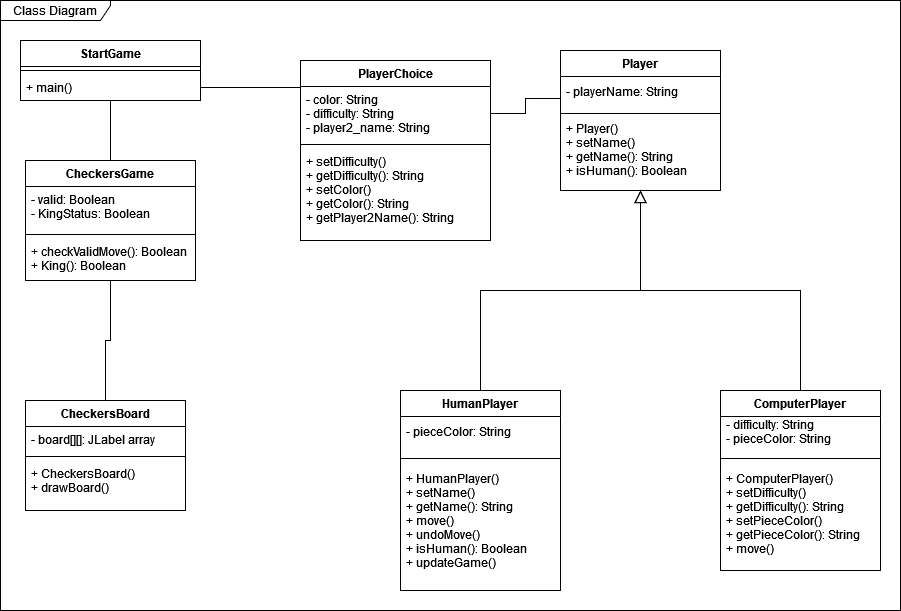
Earlier version of the draw.io export documentation/diagrams/classdiagram.png (dakotacarpenter19/CS_491_Project). Source tidied: cells renumbered, new cells last; positions are measured from the earlier drawing's top-left corner, leaving out a move shared by most shapes. Source of this version:
```xml
<mxGraphModel>
  <root>
    <mxCell id="0" />
    <mxCell id="1" parent="0" />
    <mxCell id="2" value="Class Diagram" style="shape=umlFrame;whiteSpace=wrap;html=1;width=110;height=20;" parent="1" vertex="1">
      <mxGeometry width="900" height="610" as="geometry" />
    </mxCell>
    <mxCell id="3" value="Player" style="swimlane;fontStyle=1;align=center;verticalAlign=top;horizontal=1;startSize=26;rounded=0;shadow=0;strokeWidth=1;" parent="1" vertex="1">
      <mxGeometry x="560" y="50" width="160" height="140" as="geometry" />
    </mxCell>
    <mxCell id="4" value="- playerName: String" style="text;strokeColor=none;fillColor=none;align=left;verticalAlign=middle;spacingLeft=4;spacingRight=4;overflow=hidden;points=[[0,0.5],[1,0.5]];portConstraint=eastwest;" parent="3" vertex="1">
      <mxGeometry y="26" width="160" height="30" as="geometry" />
    </mxCell>
    <mxCell id="5" style="line;html=1;strokeWidth=1;align=left;verticalAlign=middle;spacingTop=-1;spacingLeft=3;spacingRight=3;labelPosition=right;" parent="3" vertex="1">
      <mxGeometry y="56" width="160" height="14" as="geometry" />
    </mxCell>
    <mxCell id="6" value="+ Player()&#10;+ setName()&#10;+ getName(): String&#10;+ isHuman(): Boolean&#10;" style="text;strokeColor=none;fillColor=none;align=left;verticalAlign=middle;spacingLeft=4;spacingRight=4;overflow=hidden;" parent="3" vertex="1">
      <mxGeometry y="70" width="160" height="60" as="geometry" />
    </mxCell>
    <mxCell id="7" value="HumanPlayer" style="swimlane;fontStyle=1;align=center;verticalAlign=top;horizontal=1;startSize=26;rounded=0;shadow=0;strokeWidth=1;" parent="1" vertex="1">
      <mxGeometry x="400" y="390" width="160" height="200" as="geometry" />
    </mxCell>
    <mxCell id="8" value="- pieceColor: String" style="text;strokeColor=none;fillColor=none;align=left;verticalAlign=middle;spacingLeft=4;spacingRight=4;overflow=hidden;" parent="7" vertex="1">
      <mxGeometry y="26" width="160" height="30" as="geometry" />
    </mxCell>
    <mxCell id="9" style="line;html=1;strokeWidth=1;align=left;verticalAlign=middle;spacingTop=-1;spacingLeft=3;spacingRight=3;labelPosition=right;" parent="7" vertex="1">
      <mxGeometry y="56" width="160" height="24" as="geometry" />
    </mxCell>
    <mxCell id="10" value="+ HumanPlayer()&#10;+ setName()&#10;+ getName(): String&#10;+ move()&#10;+ undoMove()&#10;+ isHuman(): Boolean&#10;+ updateGame()&#10;&#10;&#10;&#10;" style="text;strokeColor=none;fillColor=none;align=left;verticalAlign=middle;spacingLeft=4;spacingRight=4;overflow=hidden;" parent="7" vertex="1">
      <mxGeometry y="80" width="160" height="120" as="geometry" />
    </mxCell>
    <mxCell id="11" style="endArrow=block;endSize=10;endFill=0;shadow=0;strokeWidth=1;rounded=0;edgeStyle=elbowEdgeStyle;elbow=vertical;" parent="1" edge="1" source="7" target="3">
      <mxGeometry relative="1" as="geometry" />
    </mxCell>
    <mxCell id="12" value="ComputerPlayer" style="swimlane;fontStyle=1;align=center;verticalAlign=top;horizontal=1;startSize=26;rounded=0;shadow=0;strokeWidth=1;" parent="1" vertex="1">
      <mxGeometry x="720" y="390" width="160" height="180" as="geometry" />
    </mxCell>
    <mxCell id="13" value="- difficulty: String&#10;- pieceColor: String&#10;" style="text;strokeColor=none;fillColor=none;align=left;verticalAlign=middle;spacingLeft=4;spacingRight=4;overflow=hidden;" parent="12" vertex="1">
      <mxGeometry y="26" width="160" height="30" as="geometry" />
    </mxCell>
    <mxCell id="14" style="line;html=1;strokeWidth=1;align=left;verticalAlign=middle;spacingTop=-1;spacingLeft=3;spacingRight=3;labelPosition=right;" parent="12" vertex="1">
      <mxGeometry y="56" width="160" height="24" as="geometry" />
    </mxCell>
    <mxCell id="15" value="+ ComputerPlayer()&#10;+ setDifficulty()&#10;+ getDifficulty(): String&#10;+ setPieceColor()&#10;+ getPieceColor(): String&#10;+ move()&#10;" style="text;strokeColor=none;fillColor=none;align=left;verticalAlign=middle;spacingLeft=4;spacingRight=4;overflow=hidden;" parent="12" vertex="1">
      <mxGeometry y="80" width="160" height="100" as="geometry" />
    </mxCell>
    <mxCell id="16" style="endArrow=block;endSize=10;endFill=0;shadow=0;strokeWidth=1;rounded=0;edgeStyle=elbowEdgeStyle;elbow=vertical;" parent="1" edge="1" source="12" target="3">
      <mxGeometry relative="1" as="geometry" />
    </mxCell>
    <mxCell id="17" value="StartGame" style="swimlane;fontStyle=1;align=center;verticalAlign=top;horizontal=1;startSize=26;" parent="1" vertex="1">
      <mxGeometry x="20" y="40" width="180" height="60" as="geometry" />
    </mxCell>
    <mxCell id="18" style="line;strokeWidth=1;fillColor=none;align=left;verticalAlign=middle;spacingTop=-1;spacingLeft=3;spacingRight=3;labelPosition=right;strokeColor=inherit;" parent="17" vertex="1">
      <mxGeometry y="26" width="180" height="8" as="geometry" />
    </mxCell>
    <mxCell id="19" value="+ main()" style="text;strokeColor=none;fillColor=none;align=left;verticalAlign=top;spacingLeft=4;spacingRight=4;overflow=hidden;points=[[0,0.5],[1,0.5]];portConstraint=eastwest;" parent="17" vertex="1">
      <mxGeometry y="34" width="180" height="26" as="geometry" />
    </mxCell>
    <mxCell id="20" value="CheckersBoard" style="swimlane;fontStyle=1;align=center;verticalAlign=top;horizontal=1;startSize=26;" parent="1" vertex="1">
      <mxGeometry x="25" y="400" width="160" height="110" as="geometry" />
    </mxCell>
    <mxCell id="21" value="- board[][]: JLabel array" style="text;strokeColor=none;fillColor=none;align=left;verticalAlign=top;spacingLeft=4;spacingRight=4;overflow=hidden;" parent="20" vertex="1">
      <mxGeometry y="26" width="160" height="26" as="geometry" />
    </mxCell>
    <mxCell id="22" style="line;strokeWidth=1;fillColor=none;align=left;verticalAlign=middle;spacingTop=-1;spacingLeft=3;spacingRight=3;labelPosition=right;strokeColor=inherit;" parent="20" vertex="1">
      <mxGeometry y="52" width="160" height="8" as="geometry" />
    </mxCell>
    <mxCell id="23" value="+ CheckersBoard()&#10;+ drawBoard()&#10;&#10;" style="text;strokeColor=none;fillColor=none;align=left;verticalAlign=top;spacingLeft=4;spacingRight=4;overflow=hidden;" parent="20" vertex="1">
      <mxGeometry y="60" width="160" height="50" as="geometry" />
    </mxCell>
    <mxCell id="24" value="PlayerChoice" style="swimlane;fontStyle=1;align=center;verticalAlign=top;horizontal=1;startSize=26;" parent="1" vertex="1">
      <mxGeometry x="300" y="60" width="190" height="180" as="geometry" />
    </mxCell>
    <mxCell id="25" value="- color: String&#10;- difficulty: String&#10;- player2_name: String&#10;&#10;&#10;&#10;-&#10;" style="text;strokeColor=none;fillColor=none;align=left;verticalAlign=top;spacingLeft=4;spacingRight=4;overflow=hidden;points=[[0,0.5],[1,0.5]];portConstraint=eastwest;" parent="24" vertex="1">
      <mxGeometry y="26" width="190" height="54" as="geometry" />
    </mxCell>
    <mxCell id="26" style="line;strokeWidth=1;fillColor=none;align=left;verticalAlign=middle;spacingTop=-1;spacingLeft=3;spacingRight=3;labelPosition=right;strokeColor=inherit;" parent="24" vertex="1">
      <mxGeometry y="80" width="190" height="8" as="geometry" />
    </mxCell>
    <mxCell id="27" value="+ setDifficulty()&#10;+ getDifficulty(): String&#10;+ setColor()&#10;+ getColor(): String&#10;+ getPlayer2Name(): String&#10;&#10;" style="text;strokeColor=none;fillColor=none;align=left;verticalAlign=top;spacingLeft=4;spacingRight=4;overflow=hidden;" parent="24" vertex="1">
      <mxGeometry y="88" width="190" height="92" as="geometry" />
    </mxCell>
    <mxCell id="28" style="endArrow=none;html=1;edgeStyle=orthogonalEdgeStyle;rounded=0;entryX=0;entryY=0.733;entryDx=0;entryDy=0;entryPerimeter=0;exitX=1;exitY=0.5;exitDx=0;exitDy=0;" parent="1" edge="1" source="25" target="4">
      <mxGeometry relative="1" as="geometry" />
    </mxCell>
    <mxCell id="29" style="endArrow=none;html=1;edgeStyle=orthogonalEdgeStyle;rounded=0;exitX=1;exitY=0.5;exitDx=0;exitDy=0;" parent="1" edge="1" source="19">
      <mxGeometry relative="1" as="geometry">
        <mxPoint x="300" y="106" as="targetPoint" />
      </mxGeometry>
    </mxCell>
    <mxCell id="30" value="CheckersGame" style="swimlane;fontStyle=1;align=center;verticalAlign=top;horizontal=1;startSize=26;" parent="1" vertex="1">
      <mxGeometry x="25" y="160" width="170" height="120" as="geometry" />
    </mxCell>
    <mxCell id="31" value="- valid: Boolean&#10;- KingStatus: Boolean&#10;" style="text;strokeColor=none;fillColor=none;align=left;verticalAlign=top;spacingLeft=4;spacingRight=4;overflow=hidden;" parent="30" vertex="1">
      <mxGeometry y="26" width="170" height="44" as="geometry" />
    </mxCell>
    <mxCell id="32" style="line;strokeWidth=1;fillColor=none;align=left;verticalAlign=middle;spacingTop=-1;spacingLeft=3;spacingRight=3;labelPosition=right;strokeColor=inherit;" parent="30" vertex="1">
      <mxGeometry y="70" width="170" height="8" as="geometry" />
    </mxCell>
    <mxCell id="33" value="+ checkValidMove(): Boolean&#10;+ King(): Boolean&#10;" style="text;strokeColor=none;fillColor=none;align=left;verticalAlign=top;spacingLeft=4;spacingRight=4;overflow=hidden;" parent="30" vertex="1">
      <mxGeometry y="78" width="170" height="42" as="geometry" />
    </mxCell>
    <mxCell id="34" style="endArrow=none;html=1;edgeStyle=orthogonalEdgeStyle;rounded=0;entryX=0.5;entryY=0;entryDx=0;entryDy=0;exitX=0.5;exitY=1;exitDx=0;exitDy=0;" parent="1" edge="1" source="17" target="30">
      <mxGeometry relative="1" as="geometry" />
    </mxCell>
    <mxCell id="35" style="endArrow=none;html=1;edgeStyle=orthogonalEdgeStyle;rounded=0;entryX=0.5;entryY=0;entryDx=0;entryDy=0;exitX=0.5;exitY=1;exitDx=0;exitDy=0;" parent="1" edge="1" source="30" target="20">
      <mxGeometry relative="1" as="geometry" />
    </mxCell>
  </root>
</mxGraphModel>
```
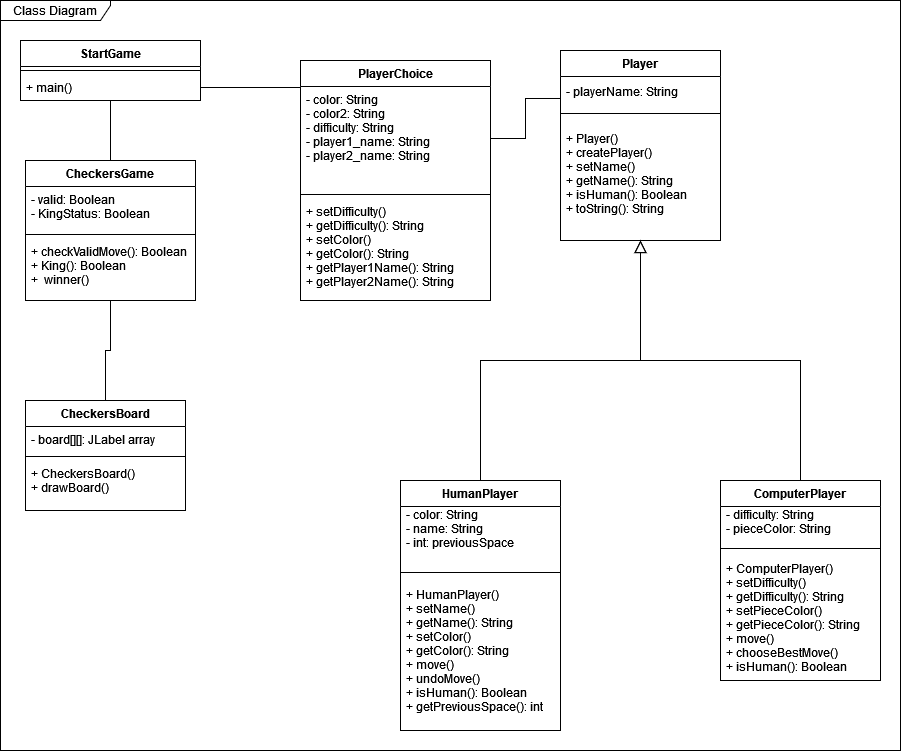
After the change.

The edit, as a diff of the source:
```diff
@@ -3,10 +3,10 @@
     <mxCell id="0" />
     <mxCell id="1" parent="0" />
     <mxCell id="2" value="Class Diagram" style="shape=umlFrame;whiteSpace=wrap;html=1;width=110;height=20;" parent="1" vertex="1">
-      <mxGeometry width="900" height="610" as="geometry" />
+      <mxGeometry width="900" height="750" as="geometry" />
     </mxCell>
     <mxCell id="3" value="Player" style="swimlane;fontStyle=1;align=center;verticalAlign=top;horizontal=1;startSize=26;rounded=0;shadow=0;strokeWidth=1;" parent="1" vertex="1">
-      <mxGeometry x="560" y="50" width="160" height="140" as="geometry" />
+      <mxGeometry x="560" y="50" width="160" height="190" as="geometry" />
     </mxCell>
     <mxCell id="4" value="- playerName: String" style="text;strokeColor=none;fillColor=none;align=left;verticalAlign=middle;spacingLeft=4;spacingRight=4;overflow=hidden;points=[[0,0.5],[1,0.5]];portConstraint=eastwest;" parent="3" vertex="1">
       <mxGeometry y="26" width="160" height="30" as="geometry" />
@@ -14,26 +14,26 @@
     <mxCell id="5" style="line;html=1;strokeWidth=1;align=left;verticalAlign=middle;spacingTop=-1;spacingLeft=3;spacingRight=3;labelPosition=right;" parent="3" vertex="1">
       <mxGeometry y="56" width="160" height="14" as="geometry" />
     </mxCell>
-    <mxCell id="6" value="+ Player()&#10;+ setName()&#10;+ getName(): String&#10;+ isHuman(): Boolean&#10;" style="text;strokeColor=none;fillColor=none;align=left;verticalAlign=middle;spacingLeft=4;spacingRight=4;overflow=hidden;" parent="3" vertex="1">
-      <mxGeometry y="70" width="160" height="60" as="geometry" />
+    <mxCell id="6" value="+ Player()&#10;+ createPlayer()&#10;+ setName()&#10;+ getName(): String&#10;+ isHuman(): Boolean&#10;+ toString(): String&#10;" style="text;strokeColor=none;fillColor=none;align=left;verticalAlign=middle;spacingLeft=4;spacingRight=4;overflow=hidden;" parent="3" vertex="1">
+      <mxGeometry y="70" width="160" height="120" as="geometry" />
     </mxCell>
     <mxCell id="7" value="HumanPlayer" style="swimlane;fontStyle=1;align=center;verticalAlign=top;horizontal=1;startSize=26;rounded=0;shadow=0;strokeWidth=1;" parent="1" vertex="1">
-      <mxGeometry x="400" y="390" width="160" height="200" as="geometry" />
+      <mxGeometry x="400" y="480" width="160" height="250" as="geometry" />
     </mxCell>
-    <mxCell id="8" value="- pieceColor: String" style="text;strokeColor=none;fillColor=none;align=left;verticalAlign=middle;spacingLeft=4;spacingRight=4;overflow=hidden;" parent="7" vertex="1">
-      <mxGeometry y="26" width="160" height="30" as="geometry" />
+    <mxCell id="8" value="- color: String&#10;- name: String&#10;- int: previousSpace&#10;" style="text;strokeColor=none;fillColor=none;align=left;verticalAlign=middle;spacingLeft=4;spacingRight=4;overflow=hidden;" parent="7" vertex="1">
+      <mxGeometry y="26" width="160" height="54" as="geometry" />
     </mxCell>
     <mxCell id="9" style="line;html=1;strokeWidth=1;align=left;verticalAlign=middle;spacingTop=-1;spacingLeft=3;spacingRight=3;labelPosition=right;" parent="7" vertex="1">
-      <mxGeometry y="56" width="160" height="24" as="geometry" />
+      <mxGeometry y="80" width="160" height="24" as="geometry" />
     </mxCell>
-    <mxCell id="10" value="+ HumanPlayer()&#10;+ setName()&#10;+ getName(): String&#10;+ move()&#10;+ undoMove()&#10;+ isHuman(): Boolean&#10;+ updateGame()&#10;&#10;&#10;&#10;" style="text;strokeColor=none;fillColor=none;align=left;verticalAlign=middle;spacingLeft=4;spacingRight=4;overflow=hidden;" parent="7" vertex="1">
-      <mxGeometry y="80" width="160" height="120" as="geometry" />
+    <mxCell id="10" value="+ HumanPlayer()&#10;+ setName()&#10;+ getName(): String&#10;+ setColor()&#10;+ getColor(): String&#10;+ move()&#10;+ undoMove()&#10;+ isHuman(): Boolean&#10;+ getPreviousSpace(): int&#10;" style="text;strokeColor=none;fillColor=none;align=left;verticalAlign=middle;spacingLeft=4;spacingRight=4;overflow=hidden;" parent="7" vertex="1">
+      <mxGeometry y="104" width="160" height="146" as="geometry" />
     </mxCell>
     <mxCell id="11" style="endArrow=block;endSize=10;endFill=0;shadow=0;strokeWidth=1;rounded=0;edgeStyle=elbowEdgeStyle;elbow=vertical;" parent="1" edge="1" source="7" target="3">
       <mxGeometry relative="1" as="geometry" />
     </mxCell>
     <mxCell id="12" value="ComputerPlayer" style="swimlane;fontStyle=1;align=center;verticalAlign=top;horizontal=1;startSize=26;rounded=0;shadow=0;strokeWidth=1;" parent="1" vertex="1">
-      <mxGeometry x="720" y="390" width="160" height="180" as="geometry" />
+      <mxGeometry x="720" y="480" width="160" height="200" as="geometry" />
     </mxCell>
     <mxCell id="13" value="- difficulty: String&#10;- pieceColor: String&#10;" style="text;strokeColor=none;fillColor=none;align=left;verticalAlign=middle;spacingLeft=4;spacingRight=4;overflow=hidden;" parent="12" vertex="1">
       <mxGeometry y="26" width="160" height="30" as="geometry" />
@@ -41,8 +41,8 @@
     <mxCell id="14" style="line;html=1;strokeWidth=1;align=left;verticalAlign=middle;spacingTop=-1;spacingLeft=3;spacingRight=3;labelPosition=right;" parent="12" vertex="1">
       <mxGeometry y="56" width="160" height="24" as="geometry" />
     </mxCell>
-    <mxCell id="15" value="+ ComputerPlayer()&#10;+ setDifficulty()&#10;+ getDifficulty(): String&#10;+ setPieceColor()&#10;+ getPieceColor(): String&#10;+ move()&#10;" style="text;strokeColor=none;fillColor=none;align=left;verticalAlign=middle;spacingLeft=4;spacingRight=4;overflow=hidden;" parent="12" vertex="1">
-      <mxGeometry y="80" width="160" height="100" as="geometry" />
+    <mxCell id="15" value="+ ComputerPlayer()&#10;+ setDifficulty()&#10;+ getDifficulty(): String&#10;+ setPieceColor()&#10;+ getPieceColor(): String&#10;+ move()&#10;+ chooseBestMove()&#10;+ isHuman(): Boolean&#10;" style="text;strokeColor=none;fillColor=none;align=left;verticalAlign=middle;spacingLeft=4;spacingRight=4;overflow=hidden;" parent="12" vertex="1">
+      <mxGeometry y="80" width="160" height="120" as="geometry" />
     </mxCell>
     <mxCell id="16" style="endArrow=block;endSize=10;endFill=0;shadow=0;strokeWidth=1;rounded=0;edgeStyle=elbowEdgeStyle;elbow=vertical;" parent="1" edge="1" source="12" target="3">
       <mxGeometry relative="1" as="geometry" />
@@ -69,16 +69,16 @@
       <mxGeometry y="60" width="160" height="50" as="geometry" />
     </mxCell>
     <mxCell id="24" value="PlayerChoice" style="swimlane;fontStyle=1;align=center;verticalAlign=top;horizontal=1;startSize=26;" parent="1" vertex="1">
-      <mxGeometry x="300" y="60" width="190" height="180" as="geometry" />
+      <mxGeometry x="300" y="60" width="190" height="240" as="geometry" />
     </mxCell>
-    <mxCell id="25" value="- color: String&#10;- difficulty: String&#10;- player2_name: String&#10;&#10;&#10;&#10;-&#10;" style="text;strokeColor=none;fillColor=none;align=left;verticalAlign=top;spacingLeft=4;spacingRight=4;overflow=hidden;points=[[0,0.5],[1,0.5]];portConstraint=eastwest;" parent="24" vertex="1">
-      <mxGeometry y="26" width="190" height="54" as="geometry" />
+    <mxCell id="25" value="- color: String&#10;- color2: String&#10;- difficulty: String&#10;- player1_name: String&#10;- player2_name: String&#10;&#10;&#10;&#10;-&#10;" style="text;strokeColor=none;fillColor=none;align=left;verticalAlign=top;spacingLeft=4;spacingRight=4;overflow=hidden;points=[[0,0.5],[1,0.5]];portConstraint=eastwest;" parent="24" vertex="1">
+      <mxGeometry y="26" width="190" height="104" as="geometry" />
     </mxCell>
     <mxCell id="26" style="line;strokeWidth=1;fillColor=none;align=left;verticalAlign=middle;spacingTop=-1;spacingLeft=3;spacingRight=3;labelPosition=right;strokeColor=inherit;" parent="24" vertex="1">
-      <mxGeometry y="80" width="190" height="8" as="geometry" />
+      <mxGeometry y="130" width="190" height="8" as="geometry" />
     </mxCell>
-    <mxCell id="27" value="+ setDifficulty()&#10;+ getDifficulty(): String&#10;+ setColor()&#10;+ getColor(): String&#10;+ getPlayer2Name(): String&#10;&#10;" style="text;strokeColor=none;fillColor=none;align=left;verticalAlign=top;spacingLeft=4;spacingRight=4;overflow=hidden;" parent="24" vertex="1">
-      <mxGeometry y="88" width="190" height="92" as="geometry" />
+    <mxCell id="27" value="+ setDifficulty()&#10;+ getDifficulty(): String&#10;+ setColor()&#10;+ getColor(): String&#10;+ getPlayer1Name(): String&#10;+ getPlayer2Name(): String&#10;&#10;" style="text;strokeColor=none;fillColor=none;align=left;verticalAlign=top;spacingLeft=4;spacingRight=4;overflow=hidden;" parent="24" vertex="1">
+      <mxGeometry y="138" width="190" height="102" as="geometry" />
     </mxCell>
     <mxCell id="28" style="endArrow=none;html=1;edgeStyle=orthogonalEdgeStyle;rounded=0;entryX=0;entryY=0.733;entryDx=0;entryDy=0;entryPerimeter=0;exitX=1;exitY=0.5;exitDx=0;exitDy=0;" parent="1" edge="1" source="25" target="4">
       <mxGeometry relative="1" as="geometry" />
@@ -89,7 +89,7 @@
       </mxGeometry>
     </mxCell>
     <mxCell id="30" value="CheckersGame" style="swimlane;fontStyle=1;align=center;verticalAlign=top;horizontal=1;startSize=26;" parent="1" vertex="1">
-      <mxGeometry x="25" y="160" width="170" height="120" as="geometry" />
+      <mxGeometry x="25" y="160" width="170" height="140" as="geometry" />
     </mxCell>
     <mxCell id="31" value="- valid: Boolean&#10;- KingStatus: Boolean&#10;" style="text;strokeColor=none;fillColor=none;align=left;verticalAlign=top;spacingLeft=4;spacingRight=4;overflow=hidden;" parent="30" vertex="1">
       <mxGeometry y="26" width="170" height="44" as="geometry" />
@@ -97,8 +97,8 @@
     <mxCell id="32" style="line;strokeWidth=1;fillColor=none;align=left;verticalAlign=middle;spacingTop=-1;spacingLeft=3;spacingRight=3;labelPosition=right;strokeColor=inherit;" parent="30" vertex="1">
       <mxGeometry y="70" width="170" height="8" as="geometry" />
     </mxCell>
-    <mxCell id="33" value="+ checkValidMove(): Boolean&#10;+ King(): Boolean&#10;" style="text;strokeColor=none;fillColor=none;align=left;verticalAlign=top;spacingLeft=4;spacingRight=4;overflow=hidden;" parent="30" vertex="1">
-      <mxGeometry y="78" width="170" height="42" as="geometry" />
+    <mxCell id="33" value="+ checkValidMove(): Boolean&#10;+ King(): Boolean&#10;+  winner()&#10;" style="text;strokeColor=none;fillColor=none;align=left;verticalAlign=top;spacingLeft=4;spacingRight=4;overflow=hidden;" parent="30" vertex="1">
+      <mxGeometry y="78" width="170" height="62" as="geometry" />
     </mxCell>
     <mxCell id="34" style="endArrow=none;html=1;edgeStyle=orthogonalEdgeStyle;rounded=0;entryX=0.5;entryY=0;entryDx=0;entryDy=0;exitX=0.5;exitY=1;exitDx=0;exitDy=0;" parent="1" edge="1" source="17" target="30">
       <mxGeometry relative="1" as="geometry" />
```
